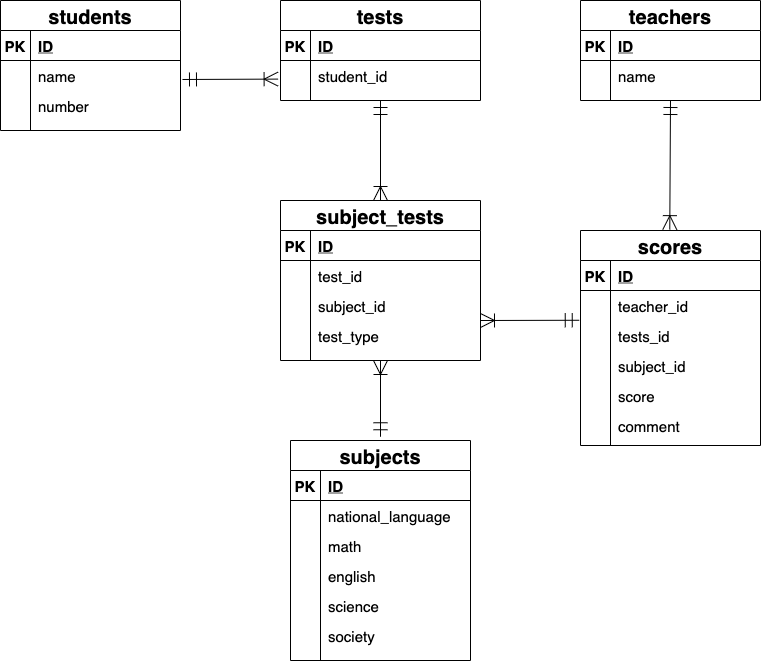
Earlier version of the draw.io export index.drawio.png (FujiiMarie/ER). Source tidied: cells renumbered, new cells last; positions are measured from the earlier drawing's top-left corner, leaving out a move shared by most shapes.
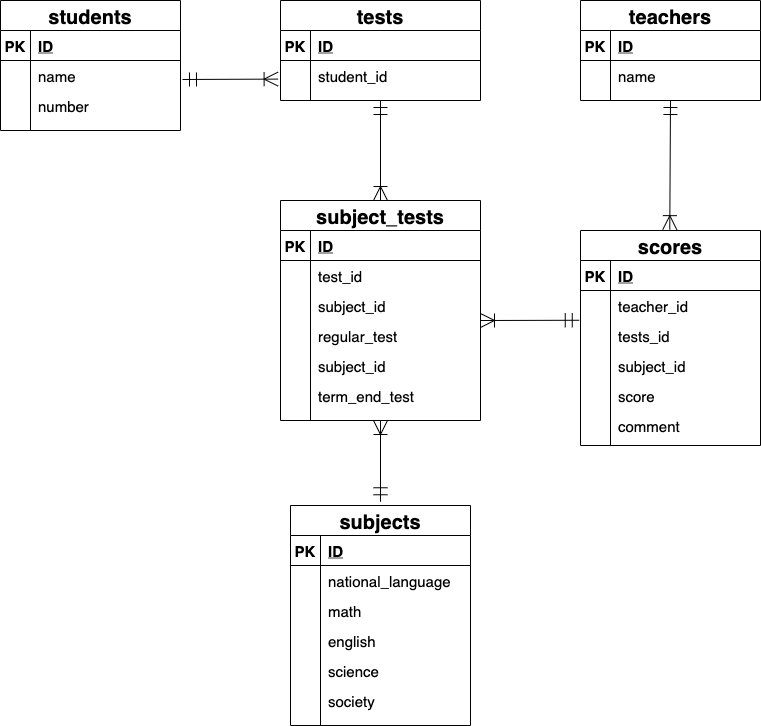
Later version of the same file.

Diff of the diagram source:
```diff
@@ -78,7 +78,7 @@
       <mxGeometry relative="1" as="geometry" />
     </mxCell>
     <mxCell id="27" value="subjects" style="shape=table;startSize=30;rowLines=0;fontStyle=1;align=center;fontSize=20;" parent="1" vertex="1">
-      <mxGeometry x="290" y="440" width="180" height="220" as="geometry" />
+      <mxGeometry x="290" y="505" width="180" height="220" as="geometry" />
     </mxCell>
     <mxCell id="28" style="shape=partialRectangle;fillColor=none;top=0;left=0;bottom=1;right=0;" parent="27" vertex="1">
       <mxGeometry y="30" width="180" height="30" as="geometry" />
@@ -202,7 +202,7 @@
       <mxGeometry x="30" width="150" height="30" as="geometry" />
     </mxCell>
     <mxCell id="67" value="subject_tests" style="shape=table;startSize=30;rowLines=0;fontStyle=1;align=center;fontSize=20;" parent="1" vertex="1">
-      <mxGeometry x="280" y="200" width="200" height="160" as="geometry" />
+      <mxGeometry x="280" y="200" width="200" height="220" as="geometry" />
     </mxCell>
     <mxCell id="68" style="shape=partialRectangle;fillColor=none;top=0;left=0;bottom=1;right=0;" parent="67" vertex="1">
       <mxGeometry y="30" width="200" height="30" as="geometry" />
@@ -237,12 +237,30 @@
     <mxCell id="78" style="shape=partialRectangle;fillColor=none;top=0;left=0;bottom=0;right=0;overflow=hidden;" parent="77" vertex="1">
       <mxGeometry width="30" height="30" as="geometry" />
     </mxCell>
-    <mxCell id="79" value="test_type" style="shape=partialRectangle;fillColor=none;top=0;left=0;bottom=0;right=0;align=left;spacingLeft=6;overflow=hidden;fontSize=15;" parent="77" vertex="1">
+    <mxCell id="79" value="regular_test" style="shape=partialRectangle;fillColor=none;top=0;left=0;bottom=0;right=0;align=left;spacingLeft=6;overflow=hidden;fontSize=15;" parent="77" vertex="1">
       <mxGeometry x="30" width="170" height="30" as="geometry" />
     </mxCell>
+    <mxCell id="82" style="shape=partialRectangle;fillColor=none;top=0;left=0;bottom=0;right=0;" parent="67" vertex="1">
+      <mxGeometry y="150" width="200" height="30" as="geometry" />
+    </mxCell>
+    <mxCell id="83" style="shape=partialRectangle;fillColor=none;top=0;left=0;bottom=0;right=0;overflow=hidden;" parent="82" vertex="1">
+      <mxGeometry width="30" height="30" as="geometry" />
+    </mxCell>
+    <mxCell id="84" value="subject_id" style="shape=partialRectangle;fillColor=none;top=0;left=0;bottom=0;right=0;align=left;spacingLeft=6;overflow=hidden;fontSize=15;" parent="82" vertex="1">
+      <mxGeometry x="30" width="170" height="30" as="geometry" />
+    </mxCell>
+    <mxCell id="85" style="shape=partialRectangle;fillColor=none;top=0;left=0;bottom=0;right=0;" parent="67" vertex="1">
+      <mxGeometry y="180" width="200" height="30" as="geometry" />
+    </mxCell>
+    <mxCell id="86" style="shape=partialRectangle;fillColor=none;top=0;left=0;bottom=0;right=0;overflow=hidden;" parent="85" vertex="1">
+      <mxGeometry width="30" height="30" as="geometry" />
+    </mxCell>
+    <mxCell id="87" value="term_end_test" style="shape=partialRectangle;fillColor=none;top=0;left=0;bottom=0;right=0;align=left;spacingLeft=6;overflow=hidden;fontSize=15;" parent="85" vertex="1">
+      <mxGeometry x="30" width="170" height="30" as="geometry" />
+    </mxCell>
     <mxCell id="80" style="fontSize=12;html=1;endArrow=ERoneToMany;startArrow=ERmandOne;startSize=12;endSize=12;exitX=0.5;exitY=-0.017;exitDx=0;exitDy=0;exitPerimeter=0;" parent="1" edge="1" source="27">
       <mxGeometry relative="1" as="geometry">
-        <mxPoint x="380" y="360" as="targetPoint" />
+        <mxPoint x="380" y="420" as="targetPoint" />
       </mxGeometry>
     </mxCell>
     <mxCell id="81" style="fontSize=12;html=1;endArrow=ERoneToMany;startArrow=ERmandOne;startSize=12;endSize=12;exitX=-0.007;exitY=0.492;exitDx=0;exitDy=0;exitPerimeter=0;" parent="1" edge="1">
```
